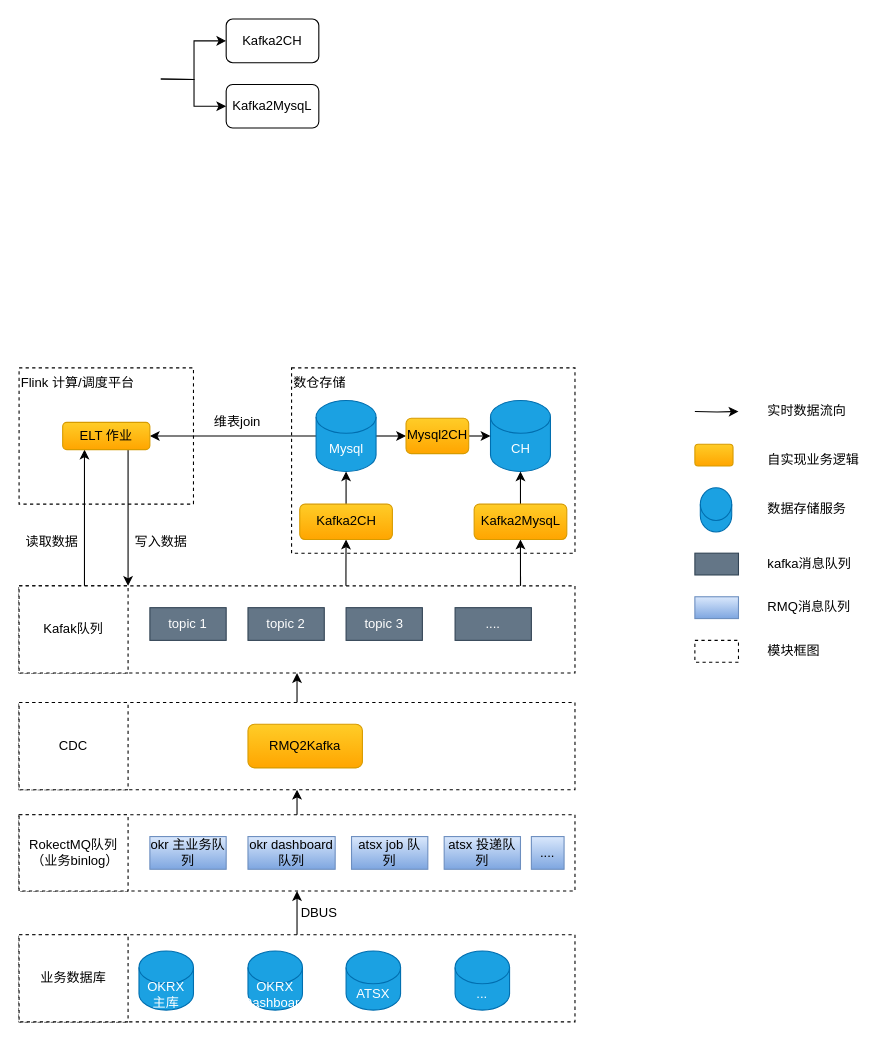
Earlier version of the draw.io diagram okrx/okrx 数据流.drawio (cicelprg/drawio). Source tidied: cells renumbered, new cells numbered last; positions are measured from the earlier drawing's top-left corner, leaving out a move shared by most shapes. Both pictures are drawn from the tidied source at 109%, with x=0, y=0 at pixel (19, 19).
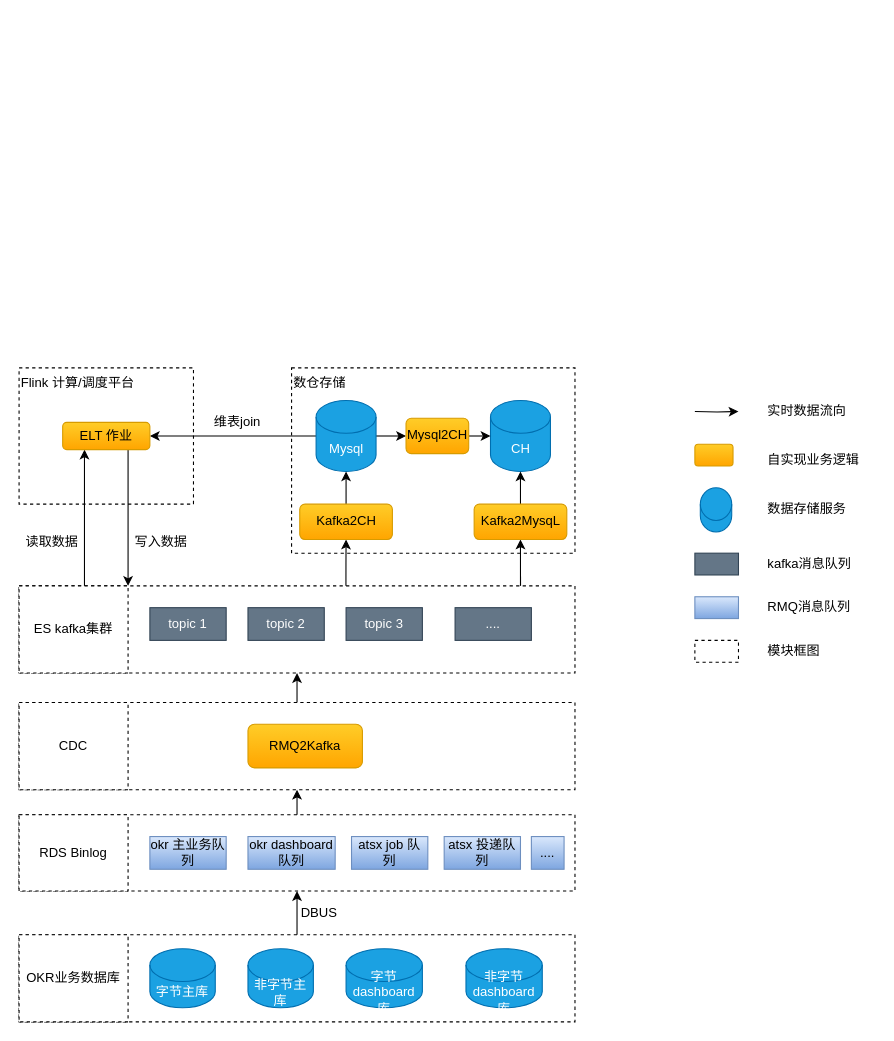
Above is the later version.

Change to the diagram source:
```diff
@@
-    <mxCell id="4" value="业务数据库" style="whiteSpace=wrap;html=1;strokeWidth=1;align=center;dashed=1;" parent="1" vertex="1">
+    <mxCell id="4" value="OKR业务数据库" style="whiteSpace=wrap;html=1;strokeWidth=1;align=center;dashed=1;" parent="1" vertex="1">
       <mxGeometry y="840" width="100" height="80" as="geometry" />
     </mxCell>
-    <mxCell id="5" value="OKRX 主库" style="shape=cylinder3;whiteSpace=wrap;html=1;boundedLbl=1;backgroundOutline=1;size=15;strokeWidth=1;fillColor=#1ba1e2;align=center;strokeColor=#006EAF;fontColor=#ffffff;" parent="1" vertex="1">
-      <mxGeometry x="110" y="855" width="50" height="54.2" as="geometry" />
-    </mxCell>
@@
-    <mxCell id="8" value="RokectMQ队列&lt;br&gt;&amp;nbsp;（业务binlog）" style="whiteSpace=wrap;html=1;strokeWidth=1;align=center;dashed=1;" parent="1" vertex="1">
+    <mxCell id="8" value="RDS Binlog" style="whiteSpace=wrap;html=1;strokeWidth=1;align=center;dashed=1;" parent="1" vertex="1">
       <mxGeometry y="730" width="100" height="70" as="geometry" />
     </mxCell>
@@
-    <mxCell id="19" value="ATSX" style="shape=cylinder3;whiteSpace=wrap;html=1;boundedLbl=1;backgroundOutline=1;size=15;strokeWidth=1;fillColor=#1ba1e2;align=center;strokeColor=#006EAF;fontColor=#ffffff;" parent="1" vertex="1">
-      <mxGeometry x="300" y="855" width="50" height="54.2" as="geometry" />
-    </mxCell>
-    <mxCell id="20" value="..." style="shape=cylinder3;whiteSpace=wrap;html=1;boundedLbl=1;backgroundOutline=1;size=15;strokeWidth=1;fillColor=#1ba1e2;align=center;strokeColor=#006EAF;fontColor=#ffffff;" parent="1" vertex="1">
-      <mxGeometry x="400" y="855" width="50" height="54.2" as="geometry" />
-    </mxCell>
-    <mxCell id="21" value="OKRX Dashboard" style="shape=cylinder3;whiteSpace=wrap;html=1;boundedLbl=1;backgroundOutline=1;size=15;strokeWidth=1;fillColor=#1ba1e2;align=center;strokeColor=#006EAF;fontColor=#ffffff;" parent="1" vertex="1">
-      <mxGeometry x="210" y="855" width="50" height="54.2" as="geometry" />
-    </mxCell>
@@
-    <mxCell id="24" value="Kafak队列" style="whiteSpace=wrap;html=1;strokeWidth=1;align=center;dashed=1;" parent="1" vertex="1">
+    <mxCell id="24" value="ES kafka集群" style="whiteSpace=wrap;html=1;strokeWidth=1;align=center;dashed=1;" parent="1" vertex="1">
       <mxGeometry y="520" width="100" height="80" as="geometry" />
     </mxCell>
@@
-    <mxCell id="43" style="edgeStyle=orthogonalEdgeStyle;rounded=0;jettySize=auto;html=1;exitX=1;exitY=0.5;exitDx=0;exitDy=0;entryX=0;entryY=0.5;entryDx=0;entryDy=0;strokeWidth=1;" parent="1" edge="1" target="45">
-      <mxGeometry relative="1" as="geometry">
-        <mxPoint x="130" y="55" as="sourcePoint" />
-      </mxGeometry>
-    </mxCell>
-    <mxCell id="44" style="edgeStyle=orthogonalEdgeStyle;rounded=0;jettySize=auto;html=1;exitX=1;exitY=0.5;exitDx=0;exitDy=0;entryX=0;entryY=0.5;entryDx=0;entryDy=0;strokeWidth=1;" parent="1" edge="1" target="46">
-      <mxGeometry relative="1" as="geometry">
-        <mxPoint x="130" y="55" as="sourcePoint" />
-      </mxGeometry>
-    </mxCell>
-    <mxCell id="45" value="Kafka2CH" style="rounded=1;whiteSpace=wrap;html=1;strokeWidth=1;fillColor=#ffffff;align=center;" parent="1" vertex="1">
-      <mxGeometry x="190" width="85" height="40" as="geometry" />
-    </mxCell>
-    <mxCell id="46" value="Kafka2MysqL" style="rounded=1;whiteSpace=wrap;html=1;strokeWidth=1;fillColor=#ffffff;align=center;" parent="1" vertex="1">
-      <mxGeometry x="190" y="60" width="85" height="40" as="geometry" />
-    </mxCell>
@@
+    <mxCell id="64" value="字节主库" style="shape=cylinder3;whiteSpace=wrap;html=1;boundedLbl=1;backgroundOutline=1;size=15;strokeWidth=1;fillColor=#1ba1e2;align=center;strokeColor=#006EAF;fontColor=#ffffff;" parent="1" vertex="1">
+      <mxGeometry x="120" y="852.9" width="60" height="54.2" as="geometry" />
+    </mxCell>
+    <mxCell id="65" value="非字节主库" style="shape=cylinder3;whiteSpace=wrap;html=1;boundedLbl=1;backgroundOutline=1;size=15;strokeWidth=1;fillColor=#1ba1e2;align=center;strokeColor=#006EAF;fontColor=#ffffff;" parent="1" vertex="1">
+      <mxGeometry x="210" y="852.9" width="60" height="54.2" as="geometry" />
+    </mxCell>
+    <mxCell id="66" value="字节dashboard库" style="shape=cylinder3;whiteSpace=wrap;html=1;boundedLbl=1;backgroundOutline=1;size=15;strokeWidth=1;fillColor=#1ba1e2;align=center;strokeColor=#006EAF;fontColor=#ffffff;" parent="1" vertex="1">
+      <mxGeometry x="300" y="852.9" width="70" height="54.2" as="geometry" />
+    </mxCell>
+    <mxCell id="67" value="非字节dashboard库" style="shape=cylinder3;whiteSpace=wrap;html=1;boundedLbl=1;backgroundOutline=1;size=15;strokeWidth=1;fillColor=#1ba1e2;align=center;strokeColor=#006EAF;fontColor=#ffffff;" parent="1" vertex="1">
+      <mxGeometry x="410" y="852.9" width="70" height="54.2" as="geometry" />
+    </mxCell>
```
